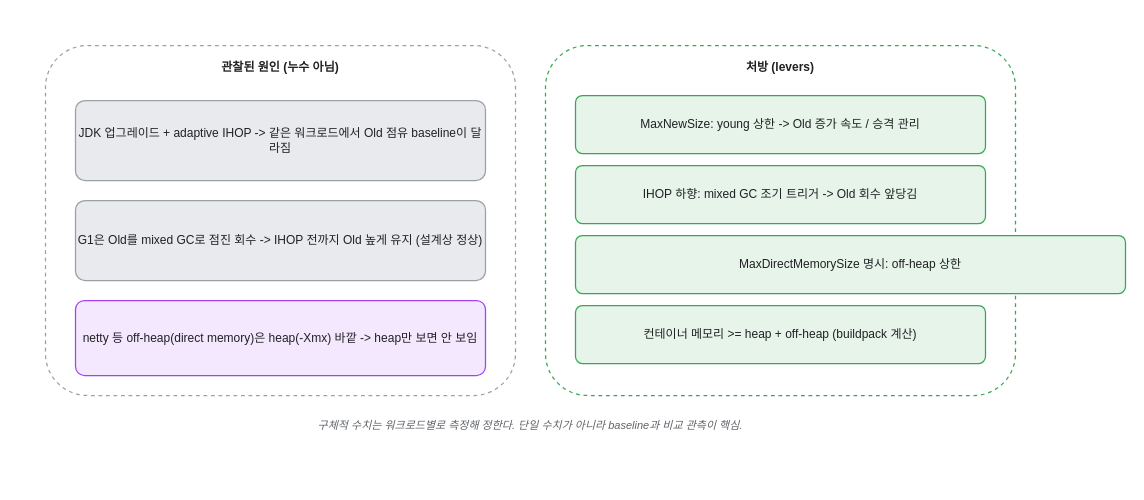
The draw.io diagram assets/img/jvm/jvm-12-capstone-levers.drawio in KKamJi98/kkamji98.github.io, before the edit. Source tidied: cells renumbered, new cells numbered last; positions are measured from the earlier drawing's top-left corner, leaving out a move shared by most shapes. Both pictures are drawn from the tidied source at 100%, with x=0, y=0 at pixel (45, 45).
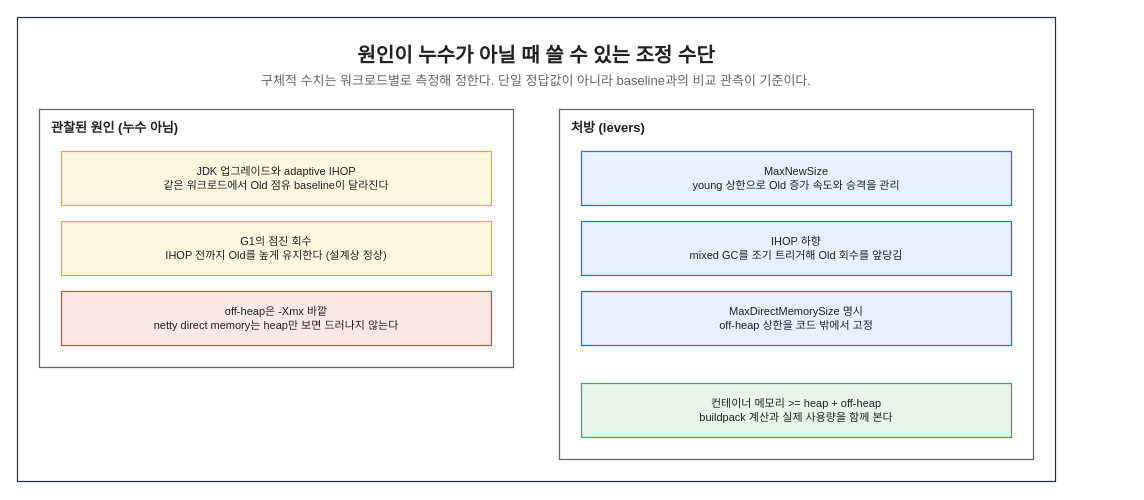
Above is the later version.

Diff of the diagram source:
```diff
@@
 <mxGraphModel background="#FFFFFF">
   <root>
     <mxCell id="0" />
     <mxCell id="1" parent="0" />
+    <mxCell id="12" style="rounded=0;html=0;fillColor=none;strokeColor=#232F3E;fontColor=#202124;strokeWidth=1.25;" parent="1" vertex="1">
+      <mxGeometry x="-28" y="-28" width="1038" height="464" as="geometry" />
+    </mxCell>
+    <mxCell id="13" value="원인이 누수가 아닐 때 쓸 수 있는 조정 수단" style="text;html=0;whiteSpace=wrap;fillColor=none;strokeColor=none;fontColor=#202124;fontSize=20;fontStyle=1;align=center;verticalAlign=middle;" parent="1" vertex="1">
+      <mxGeometry x="-6" y="-6" width="994" height="30" as="geometry" />
+    </mxCell>
+    <mxCell id="14" value="구체적 수치는 워크로드별로 측정해 정한다. 단일 정답값이 아니라 baseline과의 비교 관측이 기준이다." style="text;html=0;whiteSpace=wrap;fillColor=none;strokeColor=none;fontColor=#5F6368;fontSize=13;fontStyle=0;align=center;verticalAlign=middle;" parent="1" vertex="1">
+      <mxGeometry x="-6" y="24" width="994" height="22" as="geometry" />
+    </mxCell>
-    <mxCell id="2" value="관찰된 원인 (누수 아님)" style="rounded=1;whiteSpace=wrap;html=0;arcSize=12;shadow=0;fillColor=#FFFFFF;strokeColor=#9AA0A6;fontColor=#202124;fontStyle=1;verticalAlign=top;align=center;dashed=1;spacingTop=8;strokeWidth=1.25;" parent="1" vertex="1">
-      <mxGeometry width="470" height="350" as="geometry" />
+    <mxCell id="2" value="관찰된 원인 (누수 아님)" style="rounded=0;whiteSpace=wrap;html=0;fillColor=none;strokeColor=#5F6368;fontColor=#202124;fontSize=13;fontStyle=1;align=left;verticalAlign=top;spacingLeft=10;spacingTop=4;strokeWidth=1.25;dashed=0;" parent="1" vertex="1">
+      <mxGeometry x="-6" y="64" width="474" height="258" as="geometry" />
     </mxCell>
+    <mxCell id="6" value="처방 (levers)" style="rounded=0;whiteSpace=wrap;html=0;fillColor=none;strokeColor=#5F6368;fontColor=#202124;fontSize=13;fontStyle=1;align=left;verticalAlign=top;spacingLeft=10;spacingTop=4;strokeWidth=1.25;dashed=0;" parent="1" vertex="1">
+      <mxGeometry x="514" y="64" width="474" height="350" as="geometry" />
+    </mxCell>
-    <mxCell id="3" value="JDK 업그레이드 + adaptive IHOP -&gt; 같은 워크로드에서 Old 점유 baseline이 달라짐" style="rounded=1;whiteSpace=wrap;html=0;arcSize=12;shadow=0;fillColor=#E8EAED;strokeColor=#9AA0A6;fontColor=#202124;strokeWidth=1.25;" parent="1" vertex="1">
-      <mxGeometry x="30" y="55" width="410" height="80" as="geometry" />
+    <mxCell id="3" value="JDK 업그레이드와 adaptive IHOP&#10;같은 워크로드에서 Old 점유 baseline이 달라진다" style="rounded=0;whiteSpace=wrap;html=0;fillColor=#FEF7E0;strokeColor=#F9AB00;fontColor=#202124;fontSize=11;fontStyle=0;align=center;verticalAlign=middle;spacingLeft=6;spacingRight=6;strokeWidth=1.25;" parent="1" vertex="1">
+      <mxGeometry x="16" y="106" width="430" height="54" as="geometry" />
     </mxCell>
-    <mxCell id="4" value="G1은 Old를 mixed GC로 점진 회수 -&gt; IHOP 전까지 Old 높게 유지 (설계상 정상)" style="rounded=1;whiteSpace=wrap;html=0;arcSize=12;shadow=0;fillColor=#E8EAED;strokeColor=#9AA0A6;fontColor=#202124;strokeWidth=1.25;" parent="1" vertex="1">
-      <mxGeometry x="30" y="155" width="410" height="80" as="geometry" />
+    <mxCell id="4" value="G1의 점진 회수&#10;IHOP 전까지 Old를 높게 유지한다 (설계상 정상)" style="rounded=0;whiteSpace=wrap;html=0;fillColor=#FEF7E0;strokeColor=#F9AB00;fontColor=#202124;fontSize=11;fontStyle=0;align=center;verticalAlign=middle;spacingLeft=6;spacingRight=6;strokeWidth=1.25;" parent="1" vertex="1">
+      <mxGeometry x="16" y="176" width="430" height="54" as="geometry" />
     </mxCell>
-    <mxCell id="5" value="netty 등 off-heap(direct memory)은 heap(-Xmx) 바깥 -&gt; heap만 보면 안 보임" style="rounded=1;whiteSpace=wrap;html=0;arcSize=12;shadow=0;fillColor=#F3E8FD;strokeColor=#A142F4;fontColor=#202124;strokeWidth=1.25;" parent="1" vertex="1">
-      <mxGeometry x="30" y="255" width="410" height="75" as="geometry" />
+    <mxCell id="5" value="off-heap은 -Xmx 바깥&#10;netty direct memory는 heap만 보면 드러나지 않는다" style="rounded=0;whiteSpace=wrap;html=0;fillColor=#FCE8E6;strokeColor=#EA4335;fontColor=#202124;fontSize=11;fontStyle=0;align=center;verticalAlign=middle;spacingLeft=6;spacingRight=6;strokeWidth=1.25;" parent="1" vertex="1">
+      <mxGeometry x="16" y="246" width="430" height="54" as="geometry" />
     </mxCell>
-    <mxCell id="6" value="처방 (levers)" style="rounded=1;whiteSpace=wrap;html=0;arcSize=12;shadow=0;fillColor=#FFFFFF;strokeColor=#34A853;fontColor=#202124;fontStyle=1;verticalAlign=top;align=center;dashed=1;spacingTop=8;strokeWidth=1.25;" parent="1" vertex="1">
-      <mxGeometry x="500" width="470" height="350" as="geometry" />
-    </mxCell>
-    <mxCell id="7" value="MaxNewSize: young 상한 -&gt; Old 증가 속도 / 승격 관리" style="rounded=1;whiteSpace=wrap;html=0;arcSize=12;shadow=0;fillColor=#E6F4EA;strokeColor=#34A853;fontColor=#202124;strokeWidth=1.25;" parent="1" vertex="1">
-      <mxGeometry x="530" y="50" width="410" height="58" as="geometry" />
+    <mxCell id="7" value="MaxNewSize&#10;young 상한으로 Old 증가 속도와 승격을 관리" style="rounded=0;whiteSpace=wrap;html=0;fillColor=#E8F0FE;strokeColor=#1A73E8;fontColor=#202124;fontSize=11;fontStyle=0;align=center;verticalAlign=middle;spacingLeft=6;spacingRight=6;strokeWidth=1.25;" parent="1" vertex="1">
+      <mxGeometry x="536" y="106" width="430" height="54" as="geometry" />
     </mxCell>
-    <mxCell id="8" value="IHOP 하향: mixed GC 조기 트리거 -&gt; Old 회수 앞당김" style="rounded=1;whiteSpace=wrap;html=0;arcSize=12;shadow=0;fillColor=#E6F4EA;strokeColor=#34A853;fontColor=#202124;strokeWidth=1.25;" parent="1" vertex="1">
-      <mxGeometry x="530" y="120" width="410" height="58" as="geometry" />
+    <mxCell id="8" value="IHOP 하향&#10;mixed GC를 조기 트리거해 Old 회수를 앞당김" style="rounded=0;whiteSpace=wrap;html=0;fillColor=#E8F0FE;strokeColor=#1A73E8;fontColor=#202124;fontSize=11;fontStyle=0;align=center;verticalAlign=middle;spacingLeft=6;spacingRight=6;strokeWidth=1.25;" parent="1" vertex="1">
+      <mxGeometry x="536" y="176" width="430" height="54" as="geometry" />
     </mxCell>
-    <mxCell id="9" value="MaxDirectMemorySize 명시: off-heap 상한" style="rounded=1;whiteSpace=wrap;html=0;arcSize=12;shadow=0;fillColor=#E6F4EA;strokeColor=#34A853;fontColor=#202124;strokeWidth=1.25;" parent="1" vertex="1">
-      <mxGeometry x="530" y="190" width="550" height="58" as="geometry" />
+    <mxCell id="9" value="MaxDirectMemorySize 명시&#10;off-heap 상한을 코드 밖에서 고정" style="rounded=0;whiteSpace=wrap;html=0;fillColor=#E8F0FE;strokeColor=#1A73E8;fontColor=#202124;fontSize=11;fontStyle=0;align=center;verticalAlign=middle;spacingLeft=6;spacingRight=6;strokeWidth=1.25;" parent="1" vertex="1">
+      <mxGeometry x="536" y="246" width="430" height="54" as="geometry" />
     </mxCell>
-    <mxCell id="10" value="컨테이너 메모리 &gt;= heap + off-heap (buildpack 계산)" style="rounded=1;whiteSpace=wrap;html=0;arcSize=12;shadow=0;fillColor=#E6F4EA;strokeColor=#34A853;fontColor=#202124;strokeWidth=1.25;" parent="1" vertex="1">
-      <mxGeometry x="530" y="260" width="410" height="58" as="geometry" />
+    <mxCell id="10" value="컨테이너 메모리 &gt;= heap + off-heap&#10;buildpack 계산과 실제 사용량을 함께 본다" style="rounded=0;whiteSpace=wrap;html=0;fillColor=#E6F4EA;strokeColor=#34A853;fontColor=#202124;fontSize=11;fontStyle=0;align=center;verticalAlign=middle;spacingLeft=6;spacingRight=6;strokeWidth=1.25;" parent="1" vertex="1">
+      <mxGeometry x="536" y="338" width="430" height="54" as="geometry" />
     </mxCell>
-    <mxCell id="11" value="구체적 수치는 워크로드별로 측정해 정한다. 단일 수치가 아니라 baseline과 비교 관측이 핵심." style="text;html=0;align=center;verticalAlign=middle;whiteSpace=wrap;fontSize=11;fontColor=#5F6368;fontStyle=2;" parent="1" vertex="1">
-      <mxGeometry y="365" width="970" height="30" as="geometry" />
-    </mxCell>
   </root>
 </mxGraphModel>
```
